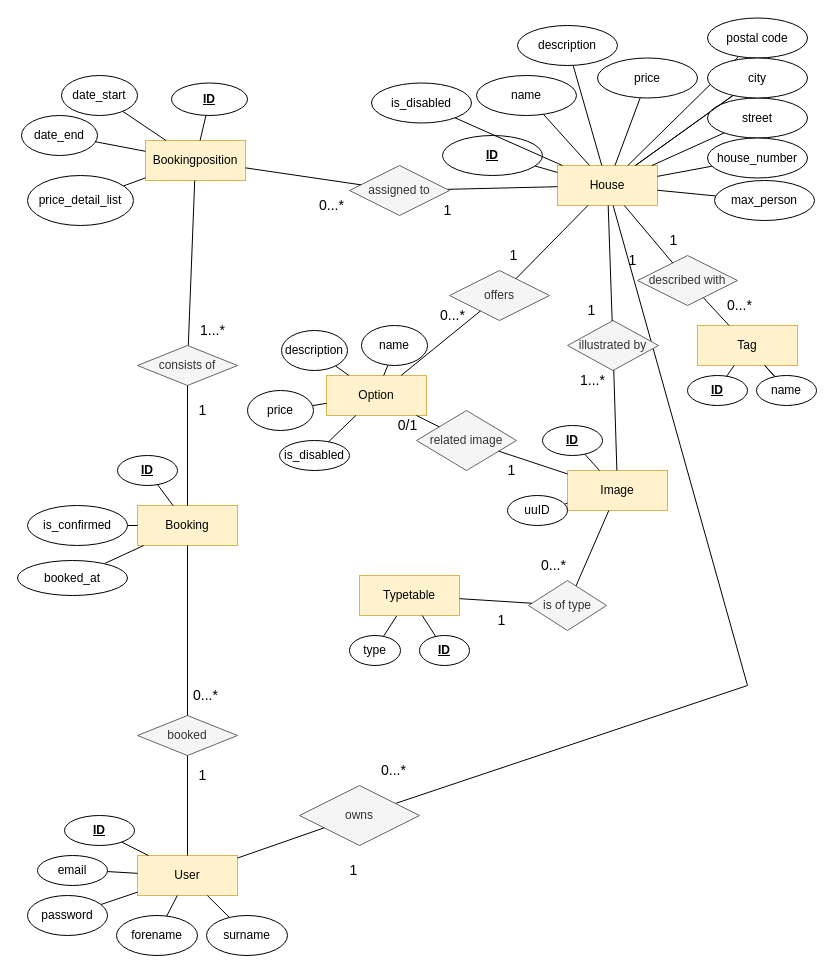
eXtgmA/vacation_rental keeps this draw.io diagram as database/ER-Diagram.drawio. Above is the earlier version. Source tidied: cells renumbered, new cells numbered last; positions are measured from the earlier drawing's top-left corner, leaving out a move shared by most shapes. Both pictures are drawn from the tidied source at 100%, with x=0, y=0 at pixel (17, 17).
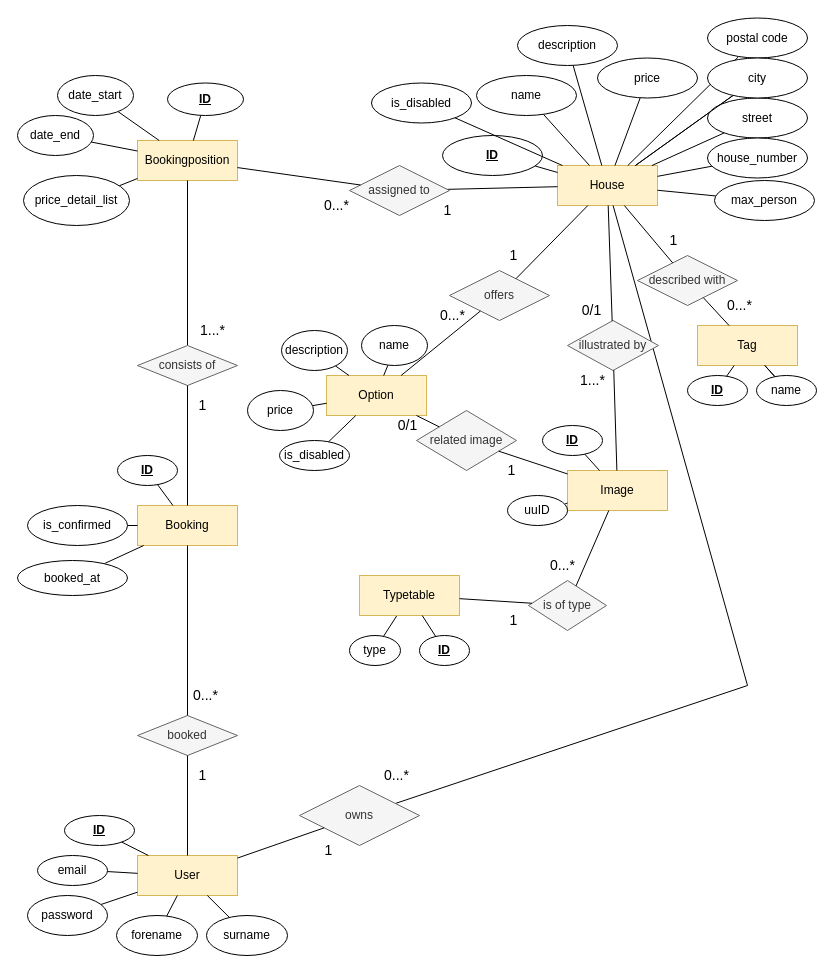
The same diagram, later.

Commit message:
Change cardinality in House illustrated by Image

The edit, as a diff of the source:
```diff
@@
     <mxCell id="18" value="Bookingposition" style="whiteSpace=wrap;html=1;align=center;fillColor=#fff2cc;strokeColor=#d6b656;" parent="1" vertex="1">
-      <mxGeometry x="128" y="123" width="100" height="40" as="geometry" />
+      <mxGeometry x="120" y="123" width="100" height="40" as="geometry" />
     </mxCell>
@@
     <mxCell id="20" value="&lt;b&gt;&lt;u&gt;ID&lt;/u&gt;&lt;/b&gt;" style="ellipse;whiteSpace=wrap;html=1;align=center;" parent="1" vertex="1">
-      <mxGeometry x="154" y="65.5" width="76" height="32.5" as="geometry" />
+      <mxGeometry x="150" y="65.5" width="76" height="32.5" as="geometry" />
     </mxCell>
@@
     <mxCell id="23" value="date_start" style="ellipse;whiteSpace=wrap;html=1;align=center;" parent="1" vertex="1">
-      <mxGeometry x="44" y="58" width="76" height="40" as="geometry" />
+      <mxGeometry x="40" y="58" width="76" height="40" as="geometry" />
     </mxCell>
@@
     <mxCell id="25" value="date_end" style="ellipse;whiteSpace=wrap;html=1;align=center;" parent="1" vertex="1">
-      <mxGeometry x="4" y="98" width="76" height="40" as="geometry" />
+      <mxGeometry y="98" width="76" height="40" as="geometry" />
     </mxCell>
@@
     <mxCell id="78" value="price_detail_list" style="ellipse;whiteSpace=wrap;html=1;align=center;" parent="1" vertex="1">
-      <mxGeometry x="10" y="158" width="106" height="50" as="geometry" />
+      <mxGeometry x="6" y="158" width="106" height="50" as="geometry" />
     </mxCell>
@@
     <mxCell id="98" value="&lt;font style=&quot;font-size: 14px;&quot;&gt;0...*&lt;/font&gt;" style="text;html=1;align=center;verticalAlign=middle;strokeColor=none;fillColor=none;fontSize=14;" parent="1" vertex="1">
-      <mxGeometry x="351" y="738" width="50" height="30" as="geometry" />
+      <mxGeometry x="354" y="743" width="50" height="30" as="geometry" />
     </mxCell>
     <mxCell id="99" value="&lt;font style=&quot;font-size: 14px;&quot;&gt;1&lt;/font&gt;" style="text;html=1;align=center;verticalAlign=middle;strokeColor=none;fillColor=none;fontSize=14;" parent="1" vertex="1">
-      <mxGeometry x="321" y="838" width="30" height="30" as="geometry" />
+      <mxGeometry x="296" y="818" width="30" height="30" as="geometry" />
     </mxCell>
@@
     <mxCell id="101" value="&lt;font style=&quot;font-size: 14px;&quot;&gt;0...*&lt;/font&gt;" style="text;html=1;align=center;verticalAlign=middle;strokeColor=none;fillColor=none;fontSize=14;" parent="1" vertex="1">
-      <mxGeometry x="289" y="173" width="50" height="30" as="geometry" />
+      <mxGeometry x="294" y="173" width="50" height="30" as="geometry" />
     </mxCell>
@@
     <mxCell id="103" value="&lt;font style=&quot;font-size: 14px;&quot;&gt;1&lt;/font&gt;" style="text;html=1;align=center;verticalAlign=middle;strokeColor=none;fillColor=none;fontSize=14;" parent="1" vertex="1">
-      <mxGeometry x="170" y="378" width="30" height="30" as="geometry" />
+      <mxGeometry x="170" y="373" width="30" height="30" as="geometry" />
     </mxCell>
@@
-    <mxCell id="108" value="&lt;font style=&quot;font-size: 14px;&quot;&gt;1&lt;/font&gt;" style="text;html=1;align=center;verticalAlign=middle;strokeColor=none;fillColor=none;fontSize=14;" parent="1" vertex="1">
-      <mxGeometry x="559" y="278" width="30" height="30" as="geometry" />
+    <mxCell id="108" value="&lt;font style=&quot;font-size: 14px;&quot;&gt;0/1&lt;/font&gt;" style="text;html=1;align=center;verticalAlign=middle;strokeColor=none;fillColor=none;fontSize=14;" parent="1" vertex="1">
+      <mxGeometry x="554" y="278" width="40" height="30" as="geometry" />
     </mxCell>
@@
     <mxCell id="110" value="&lt;font style=&quot;font-size: 14px;&quot;&gt;1&lt;/font&gt;" style="text;html=1;align=center;verticalAlign=middle;strokeColor=none;fillColor=none;fontSize=14;" parent="1" vertex="1">
-      <mxGeometry x="469" y="588" width="30" height="30" as="geometry" />
+      <mxGeometry x="481" y="588" width="30" height="30" as="geometry" />
     </mxCell>
     <mxCell id="111" value="&lt;font style=&quot;font-size: 14px;&quot;&gt;0...*&lt;/font&gt;" style="text;html=1;align=center;verticalAlign=middle;strokeColor=none;fillColor=none;fontSize=14;" parent="1" vertex="1">
-      <mxGeometry x="511" y="533" width="50" height="30" as="geometry" />
+      <mxGeometry x="520" y="533" width="50" height="30" as="geometry" />
     </mxCell>
@@
-    <mxCell id="116" value="&lt;font style=&quot;font-size: 14px;&quot;&gt;1&lt;/font&gt;" style="text;html=1;align=center;verticalAlign=middle;strokeColor=none;fillColor=none;fontSize=14;" parent="1" vertex="1">
-      <mxGeometry x="600" y="228" width="30" height="30" as="geometry" />
-    </mxCell>
```
